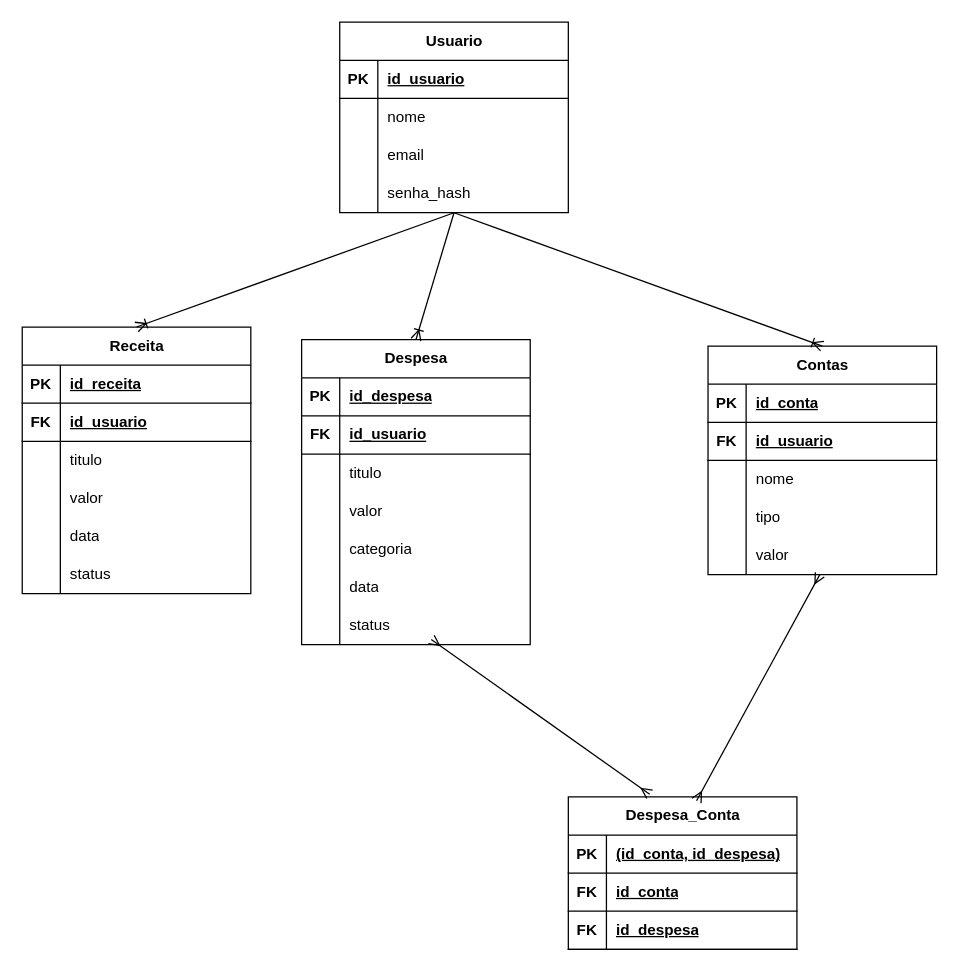
Anna21112/FinanFlow keeps this draw.io diagram as Diagrams/DERfinanFlow.drawio. Above is the earlier version. Source tidied: cells renumbered, new cells numbered last; positions are measured from the earlier drawing's top-left corner, leaving out a move shared by most shapes. Both pictures are drawn from the tidied source at 127%, with x=0, y=0 at pixel (22, 22).
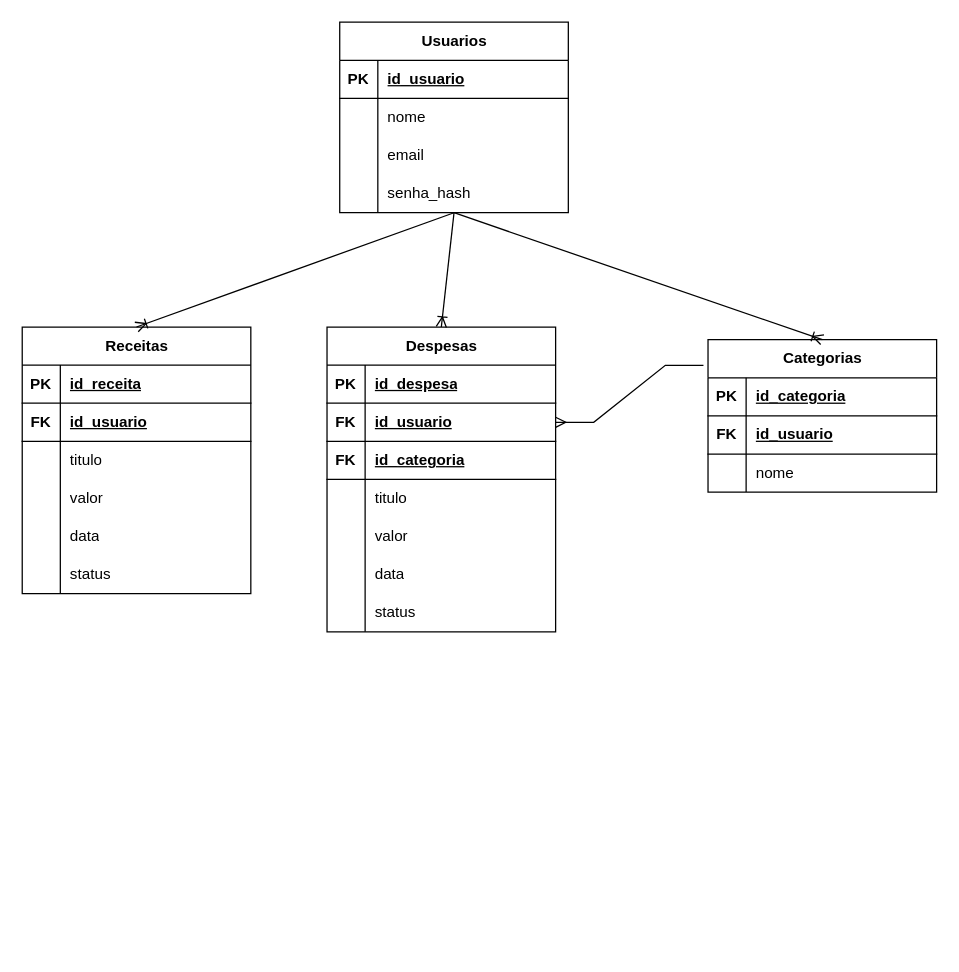
After the change.

Unchanged cells that the change refers to:
```xml
<mxCell id="38" style="shape=tableRow;horizontal=0;startSize=0;swimlaneHead=0;swimlaneBody=0;fillColor=none;points=[[0,0.5],[1,0.5]];portConstraint=eastwest;top=0;left=0;right=0;bottom=1;" parent="34" vertex="1">
  <mxGeometry y="60" width="180" height="30" as="geometry" />
</mxCell>
<mxCell id="53" style="shape=tableRow;horizontal=0;startSize=0;swimlaneHead=0;swimlaneBody=0;fillColor=none;points=[[0,0.5],[1,0.5]];portConstraint=eastwest;top=0;left=0;right=0;bottom=0;" parent="34" vertex="1">
  <mxGeometry y="210" width="180" height="30" as="geometry" />
</mxCell>
<mxCell id="57" style="shape=tableRow;horizontal=0;startSize=0;swimlaneHead=0;swimlaneBody=0;fillColor=none;top=0;left=0;right=0;bottom=1;" parent="56" vertex="1">
  <mxGeometry y="30" width="180" height="30" as="geometry" />
</mxCell>
```

The edit, as a diff of the source:
```diff
@@
-    <mxCell id="2" value="Usuario" style="shape=table;startSize=30;childLayout=tableLayout;rowLines=0;fontStyle=1;align=center;html=1;" parent="1" vertex="1">
+    <mxCell id="2" value="Usuarios" style="shape=table;startSize=30;childLayout=tableLayout;rowLines=0;fontStyle=1;align=center;html=1;" parent="1" vertex="1">
       <mxGeometry x="250" width="180" height="150" as="geometry" />
     </mxCell>
@@
-    <mxCell id="15" value="Receita" style="shape=table;startSize=30;childLayout=tableLayout;rowLines=0;fontStyle=1;align=center;html=1;" parent="1" vertex="1">
+    <mxCell id="15" value="Receitas" style="shape=table;startSize=30;childLayout=tableLayout;rowLines=0;fontStyle=1;align=center;html=1;" parent="1" vertex="1">
       <mxGeometry y="240" width="180" height="210" as="geometry" />
     </mxCell>
@@
-    <mxCell id="34" value="Despesa" style="shape=table;startSize=30;childLayout=tableLayout;rowLines=0;fontStyle=1;align=center;html=1;" parent="1" vertex="1">
-      <mxGeometry x="220" y="250" width="180" height="240" as="geometry" />
+    <mxCell id="34" value="Despesas" style="shape=table;startSize=30;childLayout=tableLayout;rowLines=0;fontStyle=1;align=center;html=1;" parent="1" vertex="1">
+      <mxGeometry x="240" y="240" width="180" height="240" as="geometry" />
     </mxCell>
@@
+    <mxCell id="82" style="shape=tableRow;horizontal=0;startSize=0;swimlaneHead=0;swimlaneBody=0;fillColor=none;top=0;left=0;right=0;bottom=1;" parent="34" vertex="1">
+      <mxGeometry y="90" width="180" height="30" as="geometry" />
+    </mxCell>
+    <mxCell id="87" value="FK" style="shape=partialRectangle;fillColor=none;top=0;left=0;bottom=0;right=0;fontStyle=1;overflow=hidden;whiteSpace=wrap;html=1;" parent="82" vertex="1">
+      <mxGeometry width="30" height="30" as="geometry" />
+    </mxCell>
+    <mxCell id="88" value="id_categoria" style="shape=partialRectangle;fillColor=none;top=0;left=0;bottom=0;right=0;align=left;spacingLeft=6;fontStyle=5;overflow=hidden;whiteSpace=wrap;html=1;" parent="82" vertex="1">
+      <mxGeometry x="30" width="150" height="30" as="geometry" />
+    </mxCell>
     <mxCell id="41" style="shape=tableRow;horizontal=0;startSize=0;swimlaneHead=0;swimlaneBody=0;fillColor=none;top=0;left=0;right=0;bottom=0;" parent="34" vertex="1">
-      <mxGeometry y="90" width="180" height="30" as="geometry" />
+      <mxGeometry y="120" width="180" height="30" as="geometry" />
     </mxCell>
@@
     <mxCell id="44" style="shape=tableRow;horizontal=0;startSize=0;swimlaneHead=0;swimlaneBody=0;fillColor=none;top=0;left=0;right=0;bottom=0;" parent="34" vertex="1">
-      <mxGeometry y="120" width="180" height="30" as="geometry" />
+      <mxGeometry y="150" width="180" height="30" as="geometry" />
     </mxCell>
@@
-    <mxCell id="47" style="shape=tableRow;horizontal=0;startSize=0;swimlaneHead=0;swimlaneBody=0;fillColor=none;top=0;left=0;right=0;bottom=0;" parent="34" vertex="1">
-      <mxGeometry y="150" width="180" height="30" as="geometry" />
-    </mxCell>
-    <mxCell id="48" style="shape=partialRectangle;fillColor=none;top=0;left=0;bottom=0;right=0;overflow=hidden;whiteSpace=wrap;html=1;" parent="47" vertex="1">
-      <mxGeometry width="30" height="30" as="geometry" />
-    </mxCell>
-    <mxCell id="49" value="categoria" style="shape=partialRectangle;fillColor=none;top=0;left=0;bottom=0;right=0;align=left;spacingLeft=6;overflow=hidden;whiteSpace=wrap;html=1;" parent="47" vertex="1">
-      <mxGeometry x="30" width="150" height="30" as="geometry" />
-    </mxCell>
@@
-    <mxCell id="56" value="Contas" style="shape=table;startSize=30;childLayout=tableLayout;rowLines=0;fontStyle=1;align=center;html=1;" parent="1" vertex="1">
-      <mxGeometry x="540" y="255" width="180" height="180" as="geometry" />
+    <mxCell id="56" value="Categorias" style="shape=table;startSize=30;childLayout=tableLayout;rowLines=0;fontStyle=1;align=center;html=1;" parent="1" vertex="1">
+      <mxGeometry x="540" y="250" width="180" height="120" as="geometry" />
     </mxCell>
@@
-    <mxCell id="59" value="id_conta" style="shape=partialRectangle;fillColor=none;top=0;left=0;bottom=0;right=0;align=left;spacingLeft=6;fontStyle=5;overflow=hidden;whiteSpace=wrap;html=1;" parent="57" vertex="1">
+    <mxCell id="59" value="id_categoria" style="shape=partialRectangle;fillColor=none;top=0;left=0;bottom=0;right=0;align=left;spacingLeft=6;fontStyle=5;overflow=hidden;whiteSpace=wrap;html=1;" parent="57" vertex="1">
       <mxGeometry x="30" width="150" height="30" as="geometry" />
     </mxCell>
@@
-    <mxCell id="66" style="shape=tableRow;horizontal=0;startSize=0;swimlaneHead=0;swimlaneBody=0;fillColor=none;top=0;left=0;right=0;bottom=0;" parent="56" vertex="1">
-      <mxGeometry y="120" width="180" height="30" as="geometry" />
-    </mxCell>
-    <mxCell id="67" style="shape=partialRectangle;fillColor=none;top=0;left=0;bottom=0;right=0;overflow=hidden;whiteSpace=wrap;html=1;" parent="66" vertex="1">
-      <mxGeometry width="30" height="30" as="geometry" />
-    </mxCell>
-    <mxCell id="68" value="tipo" style="shape=partialRectangle;fillColor=none;top=0;left=0;bottom=0;right=0;align=left;spacingLeft=6;overflow=hidden;whiteSpace=wrap;html=1;" parent="66" vertex="1">
-      <mxGeometry x="30" width="150" height="30" as="geometry" />
-    </mxCell>
-    <mxCell id="69" style="shape=tableRow;horizontal=0;startSize=0;swimlaneHead=0;swimlaneBody=0;fillColor=none;points=[[0,0.5],[1,0.5]];portConstraint=eastwest;top=0;left=0;right=0;bottom=0;" parent="56" vertex="1">
-      <mxGeometry y="150" width="180" height="30" as="geometry" />
-    </mxCell>
-    <mxCell id="70" style="shape=partialRectangle;fillColor=none;top=0;left=0;bottom=0;right=0;overflow=hidden;whiteSpace=wrap;html=1;" parent="69" vertex="1">
-      <mxGeometry width="30" height="30" as="geometry" />
-    </mxCell>
-    <mxCell id="71" value="valor" style="shape=partialRectangle;fillColor=none;top=0;left=0;bottom=0;right=0;align=left;spacingLeft=6;overflow=hidden;whiteSpace=wrap;html=1;" parent="69" vertex="1">
-      <mxGeometry x="30" width="150" height="30" as="geometry" />
-    </mxCell>
@@
-    <mxCell id="75" value="Despesa_Conta" style="shape=table;startSize=30;childLayout=tableLayout;rowLines=0;fontStyle=1;align=center;html=1;" parent="1" vertex="1">
-      <mxGeometry x="430" y="610" width="180" height="120" as="geometry" />
-    </mxCell>
-    <mxCell id="76" style="shape=tableRow;horizontal=0;startSize=0;swimlaneHead=0;swimlaneBody=0;fillColor=none;top=0;left=0;right=0;bottom=1;" parent="75" vertex="1">
-      <mxGeometry y="30" width="180" height="30" as="geometry" />
-    </mxCell>
-    <mxCell id="77" value="PK" style="shape=partialRectangle;fillColor=none;top=0;left=0;bottom=0;right=0;fontStyle=1;overflow=hidden;whiteSpace=wrap;html=1;" parent="76" vertex="1">
-      <mxGeometry width="30" height="30" as="geometry" />
-    </mxCell>
-    <mxCell id="78" value="(id_conta, id_despesa)" style="shape=partialRectangle;fillColor=none;top=0;left=0;bottom=0;right=0;align=left;spacingLeft=6;fontStyle=5;overflow=hidden;whiteSpace=wrap;html=1;" parent="76" vertex="1">
-      <mxGeometry x="30" width="150" height="30" as="geometry" />
-    </mxCell>
-    <mxCell id="79" style="shape=tableRow;horizontal=0;startSize=0;swimlaneHead=0;swimlaneBody=0;fillColor=none;top=0;left=0;right=0;bottom=1;" parent="75" vertex="1">
-      <mxGeometry y="60" width="180" height="30" as="geometry" />
-    </mxCell>
-    <mxCell id="80" value="FK" style="shape=partialRectangle;fillColor=none;top=0;left=0;bottom=0;right=0;fontStyle=1;overflow=hidden;whiteSpace=wrap;html=1;" parent="79" vertex="1">
-      <mxGeometry width="30" height="30" as="geometry" />
-    </mxCell>
-    <mxCell id="81" value="id_conta" style="shape=partialRectangle;fillColor=none;top=0;left=0;bottom=0;right=0;align=left;spacingLeft=6;fontStyle=5;overflow=hidden;whiteSpace=wrap;html=1;" parent="79" vertex="1">
-      <mxGeometry x="30" width="150" height="30" as="geometry" />
-    </mxCell>
-    <mxCell id="82" style="shape=tableRow;horizontal=0;startSize=0;swimlaneHead=0;swimlaneBody=0;fillColor=none;top=0;left=0;right=0;bottom=1;" parent="75" vertex="1">
-      <mxGeometry y="90" width="180" height="30" as="geometry" />
-    </mxCell>
-    <mxCell id="83" value="FK" style="shape=partialRectangle;fillColor=none;top=0;left=0;bottom=0;right=0;fontStyle=1;overflow=hidden;whiteSpace=wrap;html=1;" parent="82" vertex="1">
-      <mxGeometry width="30" height="30" as="geometry" />
-    </mxCell>
-    <mxCell id="84" value="id_despesa" style="shape=partialRectangle;fillColor=none;top=0;left=0;bottom=0;right=0;align=left;spacingLeft=6;fontStyle=5;overflow=hidden;whiteSpace=wrap;html=1;" parent="82" vertex="1">
-      <mxGeometry x="30" width="150" height="30" as="geometry" />
-    </mxCell>
-    <mxCell id="85" style="fontSize=12;html=1;endArrow=ERmany;startArrow=ERmany;rounded=0;entryX=0.489;entryY=1;entryDx=0;entryDy=0;entryPerimeter=0;exitX=0.561;exitY=0.025;exitDx=0;exitDy=0;exitPerimeter=0;" parent="1" edge="1" source="75" target="69">
-      <mxGeometry relative="1" as="geometry" />
-    </mxCell>
-    <mxCell id="86" style="fontSize=12;html=1;endArrow=ERmany;startArrow=ERmany;rounded=0;entryX=0.567;entryY=0.867;entryDx=0;entryDy=0;entryPerimeter=0;exitX=0.356;exitY=-0.017;exitDx=0;exitDy=0;exitPerimeter=0;" parent="1" edge="1" source="75" target="53">
-      <mxGeometry relative="1" as="geometry" />
-    </mxCell>
+    <mxCell id="89" style="edgeStyle=entityRelationEdgeStyle;fontSize=12;html=1;endArrow=ERmany;rounded=0;exitX=-0.02;exitY=0.168;exitDx=0;exitDy=0;exitPerimeter=0;entryX=1;entryY=0.5;entryDx=0;entryDy=0;" parent="1" edge="1" source="56" target="38">
+      <mxGeometry relative="1" as="geometry" />
+    </mxCell>
```
